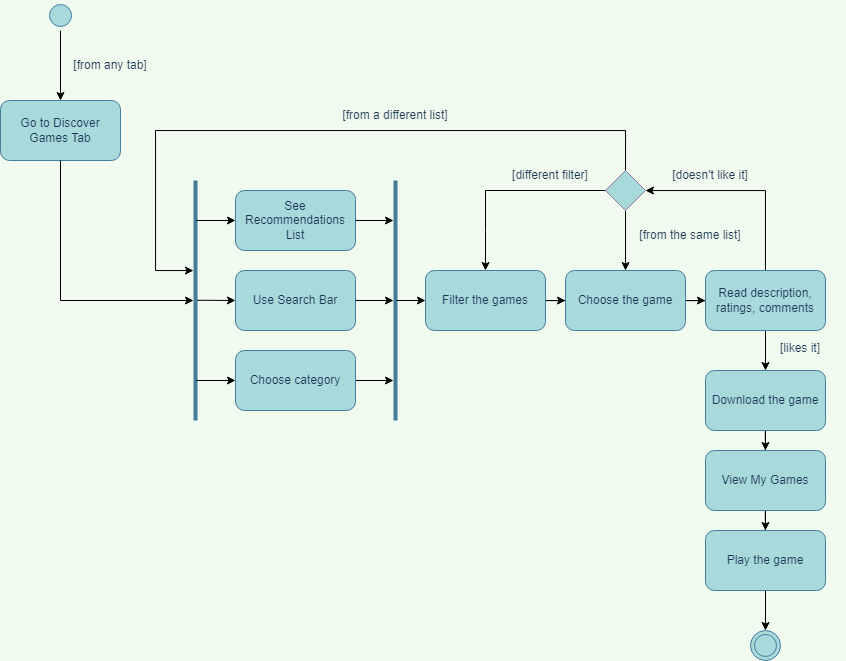
software-students-fall2022/specification-exercise-team-15 keeps this draw.io diagram as ActivityDiagrams/UserStory2.png. Above is the earlier version. Source tidied: cells renumbered, new cells last; positions are measured from the earlier drawing's top-left corner, leaving out a move shared by most shapes.
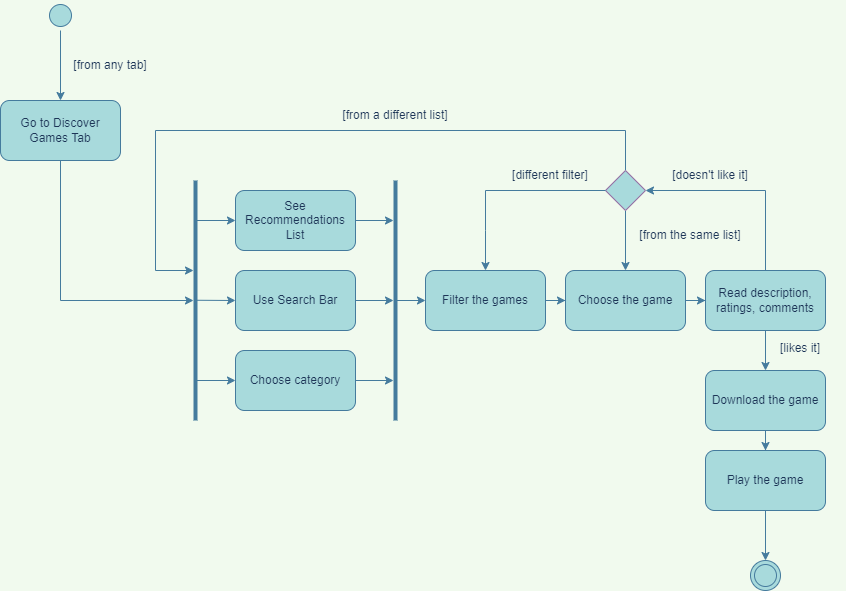
The same diagram one commit later.

Commit message:
Made changes to the UML diagram and User Stories

What changed in the source:
```diff
@@ -2,7 +2,7 @@
   <root>
     <mxCell id="0" />
     <mxCell id="1" parent="0" />
-    <mxCell id="2" style="edgeStyle=orthogonalEdgeStyle;rounded=0;jettySize=auto;html=1;exitX=0.5;exitY=1;exitDx=0;exitDy=0;entryX=0.5;entryY=0;entryDx=0;entryDy=0;" parent="1" edge="1" source="3" target="13">
+    <mxCell id="2" style="edgeStyle=orthogonalEdgeStyle;rounded=0;jettySize=auto;html=1;exitX=0.5;exitY=1;exitDx=0;exitDy=0;entryX=0.5;entryY=0;entryDx=0;entryDy=0;strokeColor=#457B9D;" parent="1" edge="1" source="3" target="13">
       <mxGeometry relative="1" as="geometry" />
     </mxCell>
     <mxCell id="3" style="ellipse;shape=startState;fillColor=#A8DADC;strokeColor=#457B9D;direction=east;fontColor=#1D3557;" parent="1" vertex="1">
@@ -18,9 +18,9 @@
       <mxGeometry x="365" y="180" width="60" height="240" as="geometry" />
     </mxCell>
     <mxCell id="7" style="ellipse;shape=doubleEllipse;whiteSpace=wrap;html=1;fillColor=#A8DADC;strokeColor=#457B9D;fontColor=#1D3557;" parent="1" vertex="1">
-      <mxGeometry x="750" y="630" width="30" height="30" as="geometry" />
+      <mxGeometry x="750" y="560" width="30" height="30" as="geometry" />
     </mxCell>
-    <mxCell id="8" style="edgeStyle=orthogonalEdgeStyle;rounded=0;jettySize=auto;html=1;exitX=1;exitY=0.5;exitDx=0;exitDy=0;" parent="1" edge="1" source="9" target="6">
+    <mxCell id="8" style="edgeStyle=orthogonalEdgeStyle;rounded=0;jettySize=auto;html=1;exitX=1;exitY=0.5;exitDx=0;exitDy=0;strokeColor=#457B9D;" parent="1" edge="1" source="9" target="6">
       <mxGeometry relative="1" as="geometry">
         <Array as="points">
           <mxPoint x="385" y="380" />
@@ -31,7 +31,7 @@
     <mxCell id="9" value="Choose category" style="rounded=1;whiteSpace=wrap;html=1;strokeColor=#457B9D;fontColor=#1D3557;fillColor=#A8DADC;" parent="1" vertex="1">
       <mxGeometry x="235" y="350" width="120" height="60" as="geometry" />
     </mxCell>
-    <mxCell id="10" style="edgeStyle=orthogonalEdgeStyle;rounded=0;jettySize=auto;html=1;" parent="1" edge="1" source="11" target="15">
+    <mxCell id="10" style="edgeStyle=orthogonalEdgeStyle;rounded=0;jettySize=auto;html=1;strokeColor=#457B9D;" parent="1" edge="1" source="11" target="15">
       <mxGeometry relative="1" as="geometry" />
     </mxCell>
     <mxCell id="11" value="Filter the games" style="rounded=1;whiteSpace=wrap;html=1;strokeColor=#457B9D;fontColor=#1D3557;fillColor=#A8DADC;" parent="1" vertex="1">
@@ -43,26 +43,26 @@
     <mxCell id="13" value="Go to Discover Games Tab" style="rounded=1;whiteSpace=wrap;html=1;strokeColor=#457B9D;fontColor=#1D3557;fillColor=#A8DADC;" parent="1" vertex="1">
       <mxGeometry y="100" width="120" height="60" as="geometry" />
     </mxCell>
-    <mxCell id="14" style="edgeStyle=orthogonalEdgeStyle;rounded=0;jettySize=auto;html=1;" parent="1" edge="1" source="15" target="18">
+    <mxCell id="14" style="edgeStyle=orthogonalEdgeStyle;rounded=0;jettySize=auto;html=1;strokeColor=#457B9D;" parent="1" edge="1" source="15" target="18">
       <mxGeometry relative="1" as="geometry" />
     </mxCell>
     <mxCell id="15" value="Choose the game&lt;span style=&quot;color: rgba(0, 0, 0, 0); font-family: monospace; font-size: 0px; text-align: start;&quot;&gt;%3CmxGraphModel%3E%3Croot%3E%3CmxCell%20id%3D%220%22%2F%3E%3CmxCell%20id%3D%221%22%20parent%3D%220%22%2F%3E%3CmxCell%20id%3D%222%22%20value%3D%22Register%20for%20Account%22%20style%3D%22rounded%3D1%3BwhiteSpace%3Dwrap%3Bhtml%3D1%3BstrokeColor%3D%23457B9D%3BfontColor%3D%231D3557%3BfillColor%3D%23A8DADC%3B%22%20vertex%3D%221%22%20parent%3D%221%22%3E%3CmxGeometry%20x%3D%22440%22%20y%3D%22240%22%20width%3D%22120%22%20height%3D%2260%22%20as%3D%22geometry%22%2F%3E%3C%2FmxCell%3E%3C%2Froot%3E%3C%2FmxGraphModel%3E&lt;/span&gt;" style="rounded=1;whiteSpace=wrap;html=1;strokeColor=#457B9D;fontColor=#1D3557;fillColor=#A8DADC;" parent="1" vertex="1">
       <mxGeometry x="565" y="270" width="120" height="60" as="geometry" />
     </mxCell>
-    <mxCell id="16" style="edgeStyle=orthogonalEdgeStyle;rounded=0;jettySize=auto;html=1;" parent="1" edge="1" source="18" target="21">
+    <mxCell id="16" style="edgeStyle=orthogonalEdgeStyle;rounded=0;jettySize=auto;html=1;strokeColor=#457B9D;" parent="1" edge="1" source="18" target="21">
       <mxGeometry relative="1" as="geometry">
         <Array as="points">
           <mxPoint x="765" y="190" />
         </Array>
       </mxGeometry>
     </mxCell>
-    <mxCell id="17" style="edgeStyle=orthogonalEdgeStyle;rounded=0;jettySize=auto;html=1;" parent="1" edge="1" source="18" target="23">
+    <mxCell id="17" style="edgeStyle=orthogonalEdgeStyle;rounded=0;jettySize=auto;html=1;strokeColor=#457B9D;" parent="1" edge="1" source="18" target="23">
       <mxGeometry relative="1" as="geometry" />
     </mxCell>
     <mxCell id="18" value="Read description, ratings, comments" style="rounded=1;whiteSpace=wrap;html=1;strokeColor=#457B9D;fontColor=#1D3557;fillColor=#A8DADC;" parent="1" vertex="1">
       <mxGeometry x="705" y="270" width="120" height="60" as="geometry" />
     </mxCell>
-    <mxCell id="19" style="edgeStyle=orthogonalEdgeStyle;rounded=0;jettySize=auto;html=1;exitX=0.5;exitY=0;exitDx=0;exitDy=0;" parent="1" edge="1" source="21" target="4">
+    <mxCell id="19" style="edgeStyle=orthogonalEdgeStyle;rounded=0;jettySize=auto;html=1;exitX=0.5;exitY=0;exitDx=0;exitDy=0;strokeColor=#457B9D;" parent="1" edge="1" source="21" target="4">
       <mxGeometry relative="1" as="geometry">
         <Array as="points">
           <mxPoint x="625" y="130" />
@@ -71,37 +71,33 @@
         </Array>
       </mxGeometry>
     </mxCell>
-    <mxCell id="20" style="edgeStyle=orthogonalEdgeStyle;rounded=0;jettySize=auto;html=1;exitX=0.5;exitY=1;exitDx=0;exitDy=0;entryX=0.5;entryY=0;entryDx=0;entryDy=0;" parent="1" edge="1" source="21" target="15">
+    <mxCell id="20" style="edgeStyle=orthogonalEdgeStyle;rounded=0;jettySize=auto;html=1;exitX=0.5;exitY=1;exitDx=0;exitDy=0;entryX=0.5;entryY=0;entryDx=0;entryDy=0;strokeColor=#457B9D;" parent="1" edge="1" source="21" target="15">
       <mxGeometry relative="1" as="geometry" />
     </mxCell>
     <mxCell id="21" style="rhombus;whiteSpace=wrap;html=1;fillColor=#A8DADC;strokeColor=#9673a6;" parent="1" vertex="1">
       <mxGeometry x="605" y="170" width="40" height="40" as="geometry" />
     </mxCell>
-    <mxCell id="22" style="edgeStyle=orthogonalEdgeStyle;rounded=0;jettySize=auto;html=1;" parent="1" edge="1" source="23" target="25">
-      <mxGeometry relative="1" as="geometry" />
+    <mxCell id="22" style="edgeStyle=orthogonalEdgeStyle;rounded=0;jettySize=auto;html=1;strokeColor=#457B9D;" parent="1" edge="1" source="23">
+      <mxGeometry relative="1" as="geometry">
+        <mxPoint x="765" y="450" as="targetPoint" />
+      </mxGeometry>
     </mxCell>
     <mxCell id="23" value="Download the game" style="rounded=1;whiteSpace=wrap;html=1;strokeColor=#457B9D;fontColor=#1D3557;fillColor=#A8DADC;" parent="1" vertex="1">
       <mxGeometry x="705" y="370" width="120" height="60" as="geometry" />
     </mxCell>
-    <mxCell id="24" style="edgeStyle=orthogonalEdgeStyle;rounded=0;jettySize=auto;html=1;" parent="1" edge="1" source="25" target="27">
-      <mxGeometry relative="1" as="geometry" />
-    </mxCell>
-    <mxCell id="25" value="View My Games" style="rounded=1;whiteSpace=wrap;html=1;strokeColor=#457B9D;fontColor=#1D3557;fillColor=#A8DADC;" parent="1" vertex="1">
-      <mxGeometry x="705" y="450" width="120" height="60" as="geometry" />
-    </mxCell>
-    <mxCell id="26" style="edgeStyle=orthogonalEdgeStyle;rounded=0;jettySize=auto;html=1;" parent="1" edge="1" source="27" target="7">
+    <mxCell id="26" style="edgeStyle=orthogonalEdgeStyle;rounded=0;jettySize=auto;html=1;strokeColor=#457B9D;" parent="1" edge="1" source="27" target="7">
       <mxGeometry relative="1" as="geometry" />
     </mxCell>
     <mxCell id="27" value="Play the game" style="rounded=1;whiteSpace=wrap;html=1;strokeColor=#457B9D;fontColor=#1D3557;fillColor=#A8DADC;" parent="1" vertex="1">
-      <mxGeometry x="705" y="530" width="120" height="60" as="geometry" />
+      <mxGeometry x="705" y="450" width="120" height="60" as="geometry" />
     </mxCell>
-    <mxCell id="28" style="endArrow=classic;html=1;rounded=0;entryX=0;entryY=0.5;entryDx=0;entryDy=0;" parent="1" edge="1" source="4" target="9">
+    <mxCell id="28" style="endArrow=classic;html=1;rounded=0;entryX=0;entryY=0.5;entryDx=0;entryDy=0;strokeColor=#457B9D;" parent="1" edge="1" source="4" target="9">
       <mxGeometry relative="1" as="geometry" />
     </mxCell>
-    <mxCell id="29" style="endArrow=classic;html=1;rounded=0;entryX=0;entryY=0.5;entryDx=0;entryDy=0;" parent="1" edge="1" source="4" target="12">
+    <mxCell id="29" style="endArrow=classic;html=1;rounded=0;entryX=0;entryY=0.5;entryDx=0;entryDy=0;strokeColor=#457B9D;" parent="1" edge="1" source="4" target="12">
       <mxGeometry relative="1" as="geometry" />
     </mxCell>
-    <mxCell id="30" style="edgeStyle=orthogonalEdgeStyle;rounded=0;jettySize=auto;html=1;exitX=1;exitY=0.5;exitDx=0;exitDy=0;" parent="1" edge="1" source="12" target="6">
+    <mxCell id="30" style="edgeStyle=orthogonalEdgeStyle;rounded=0;jettySize=auto;html=1;exitX=1;exitY=0.5;exitDx=0;exitDy=0;strokeColor=#457B9D;" parent="1" edge="1" source="12" target="6">
       <mxGeometry relative="1" as="geometry">
         <Array as="points">
           <mxPoint x="395" y="220" />
@@ -109,7 +105,7 @@
         </Array>
       </mxGeometry>
     </mxCell>
-    <mxCell id="31" style="endArrow=classic;html=1;rounded=0;exitX=0.5;exitY=1;exitDx=0;exitDy=0;" parent="1" edge="1" source="13" target="4">
+    <mxCell id="31" style="endArrow=classic;html=1;rounded=0;exitX=0.5;exitY=1;exitDx=0;exitDy=0;strokeColor=#457B9D;" parent="1" edge="1" source="13" target="4">
       <mxGeometry relative="1" as="geometry">
         <Array as="points">
           <mxPoint x="60" y="300" />
@@ -122,7 +118,7 @@
     <mxCell id="33" value="[doesn't like it]" style="text;html=1;strokeColor=none;fillColor=none;align=center;verticalAlign=middle;whiteSpace=wrap;rounded=0;labelBackgroundColor=none;fontSize=12;fontColor=#1D3557;" parent="1" vertex="1">
       <mxGeometry x="665" y="160" width="90" height="30" as="geometry" />
     </mxCell>
-    <mxCell id="34" style="endArrow=classic;html=1;rounded=0;exitX=0;exitY=0.5;exitDx=0;exitDy=0;entryX=0.5;entryY=0;entryDx=0;entryDy=0;" parent="1" edge="1" source="21" target="11">
+    <mxCell id="34" style="endArrow=classic;html=1;rounded=0;exitX=0;exitY=0.5;exitDx=0;exitDy=0;entryX=0.5;entryY=0;entryDx=0;entryDy=0;strokeColor=#457B9D;" parent="1" edge="1" source="21" target="11">
       <mxGeometry relative="1" as="geometry">
         <Array as="points">
           <mxPoint x="485" y="190" />
@@ -136,13 +132,13 @@
     <mxCell id="36" value="Use Search Bar" style="rounded=1;whiteSpace=wrap;html=1;strokeColor=#457B9D;fontColor=#1D3557;fillColor=#A8DADC;" parent="1" vertex="1">
       <mxGeometry x="235" y="270" width="120" height="60" as="geometry" />
     </mxCell>
-    <mxCell id="37" style="endArrow=classic;html=1;rounded=0;" parent="1" edge="1">
+    <mxCell id="37" style="endArrow=classic;html=1;rounded=0;strokeColor=#457B9D;" parent="1" edge="1">
       <mxGeometry relative="1" as="geometry">
         <mxPoint x="196.5" y="299.8" as="sourcePoint" />
         <mxPoint x="235" y="300" as="targetPoint" />
       </mxGeometry>
     </mxCell>
-    <mxCell id="38" style="edgeStyle=orthogonalEdgeStyle;rounded=0;jettySize=auto;html=1;entryX=0;entryY=0.5;entryDx=0;entryDy=0;" parent="1" edge="1" source="6" target="11">
+    <mxCell id="38" style="edgeStyle=orthogonalEdgeStyle;rounded=0;jettySize=auto;html=1;entryX=0;entryY=0.5;entryDx=0;entryDy=0;strokeColor=#457B9D;" parent="1" edge="1" source="6" target="11">
       <mxGeometry relative="1" as="geometry">
         <Array as="points">
           <mxPoint x="405" y="300" />
@@ -153,7 +149,7 @@
     <mxCell id="39" value="[from a different list]" style="text;html=1;strokeColor=none;fillColor=none;align=center;verticalAlign=middle;whiteSpace=wrap;rounded=0;labelBackgroundColor=none;fontSize=12;fontColor=#1D3557;" parent="1" vertex="1">
       <mxGeometry x="290" y="100" width="210" height="30" as="geometry" />
     </mxCell>
-    <mxCell id="40" style="endArrow=classic;html=1;rounded=0;exitX=1;exitY=0.5;exitDx=0;exitDy=0;" parent="1" edge="1" source="36" target="6">
+    <mxCell id="40" style="endArrow=classic;html=1;rounded=0;exitX=1;exitY=0.5;exitDx=0;exitDy=0;strokeColor=#457B9D;" parent="1" edge="1" source="36" target="6">
       <mxGeometry relative="1" as="geometry" />
     </mxCell>
     <mxCell id="41" value="[different filter]" style="text;html=1;strokeColor=none;fillColor=none;align=center;verticalAlign=middle;whiteSpace=wrap;rounded=0;labelBackgroundColor=none;fontSize=12;fontColor=#1D3557;" parent="1" vertex="1">
```
